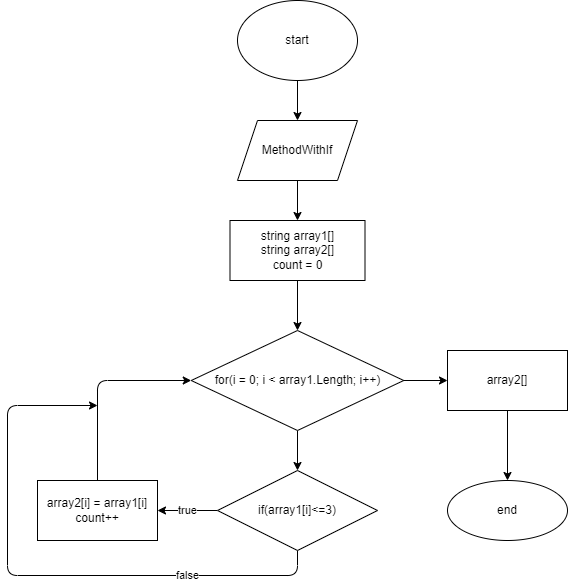
Above: method.drawio.png in NikolaySemin/ItogiBloka (draw.io), before the change. Source tidied: cells renumbered, new cells last; positions are measured from the earlier drawing's top-left corner, leaving out a move shared by most shapes.
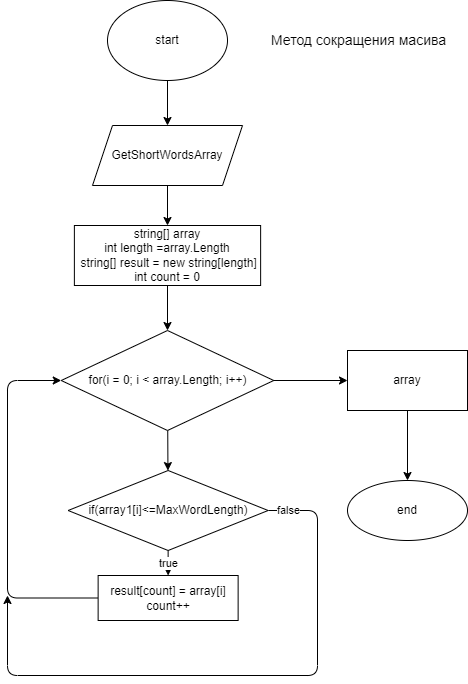
The same diagram one commit later.

Commit message:
corrected method

What changed in the source:
```diff
@@ -11,14 +11,14 @@
     <mxCell id="4" style="edgeStyle=none;html=1;" parent="1" edge="1" source="5" target="7">
       <mxGeometry relative="1" as="geometry" />
     </mxCell>
-    <mxCell id="5" value="MethodWithIf" style="shape=parallelogram;perimeter=parallelogramPerimeter;whiteSpace=wrap;html=1;fixedSize=1;" parent="1" vertex="1">
-      <mxGeometry x="230" y="120" width="120" height="60" as="geometry" />
+    <mxCell id="5" value="GetShortWordsArray" style="shape=parallelogram;perimeter=parallelogramPerimeter;whiteSpace=wrap;html=1;fixedSize=1;" parent="1" vertex="1">
+      <mxGeometry x="215" y="125" width="150" height="60" as="geometry" />
     </mxCell>
     <mxCell id="6" style="edgeStyle=none;html=1;" parent="1" edge="1" source="7" target="10">
       <mxGeometry relative="1" as="geometry" />
     </mxCell>
-    <mxCell id="7" value="string array1[]&lt;br&gt;string array2[]&lt;br&gt;count = 0" style="whiteSpace=wrap;html=1;" parent="1" vertex="1">
-      <mxGeometry x="222.5" y="220" width="135" height="60" as="geometry" />
+    <mxCell id="7" value="string[] array&lt;br&gt;int length =array.Length&lt;br&gt;&amp;nbsp;string[] result = new string[length]&lt;br&gt;int count = 0" style="whiteSpace=wrap;html=1;" parent="1" vertex="1">
+      <mxGeometry x="196.9" y="225" width="186.2" height="60" as="geometry" />
     </mxCell>
     <mxCell id="8" style="edgeStyle=none;html=1;" parent="1" edge="1" source="10" target="13">
       <mxGeometry relative="1" as="geometry" />
@@ -26,43 +26,47 @@
     <mxCell id="9" style="edgeStyle=orthogonalEdgeStyle;html=1;exitX=1;exitY=0.5;exitDx=0;exitDy=0;entryX=0;entryY=0.5;entryDx=0;entryDy=0;" parent="1" edge="1" source="10" target="18">
       <mxGeometry relative="1" as="geometry" />
     </mxCell>
-    <mxCell id="10" value="for(i = 0; i &amp;lt; array1.Length; i++)" style="rhombus;whiteSpace=wrap;html=1;" parent="1" vertex="1">
+    <mxCell id="10" value="for(i = 0; i &amp;lt; array.Length; i++)" style="rhombus;whiteSpace=wrap;html=1;" parent="1" vertex="1">
       <mxGeometry x="183.8" y="330" width="212.5" height="100" as="geometry" />
     </mxCell>
-    <mxCell id="11" value="true" style="edgeStyle=none;html=1;" parent="1" edge="1" source="13" target="15">
+    <mxCell id="11" value="true" style="edgeStyle=none;html=1;exitX=0.5;exitY=1;exitDx=0;exitDy=0;" parent="1" edge="1" source="13" target="15">
       <mxGeometry relative="1" as="geometry" />
     </mxCell>
-    <mxCell id="12" value="false" style="edgeStyle=orthogonalEdgeStyle;html=1;exitX=0.5;exitY=1;exitDx=0;exitDy=0;" parent="1" edge="1" source="13">
-      <mxGeometry x="-0.53" relative="1" as="geometry">
-        <mxPoint x="90" y="405" as="targetPoint" />
+    <mxCell id="12" value="false" style="edgeStyle=orthogonalEdgeStyle;html=1;exitX=1;exitY=0.5;exitDx=0;exitDy=0;" parent="1" edge="1" source="13">
+      <mxGeometry x="-0.93" relative="1" as="geometry">
+        <mxPoint x="130" y="595" as="targetPoint" />
         <Array as="points">
-          <mxPoint x="290" y="575" />
-          <mxPoint y="575" />
-          <mxPoint y="405" />
+          <mxPoint x="440" y="510" />
+          <mxPoint x="440" y="675" />
+          <mxPoint x="130" y="675" />
         </Array>
       </mxGeometry>
     </mxCell>
-    <mxCell id="13" value="if(array1[i]&amp;lt;=3)" style="rhombus;whiteSpace=wrap;html=1;" parent="1" vertex="1">
-      <mxGeometry x="210" y="470" width="160" height="80" as="geometry" />
+    <mxCell id="13" value="if(array1[i]&amp;lt;=MaxWordLength)" style="rhombus;whiteSpace=wrap;html=1;" parent="1" vertex="1">
+      <mxGeometry x="190.6" y="470" width="200" height="80" as="geometry" />
     </mxCell>
-    <mxCell id="14" style="edgeStyle=orthogonalEdgeStyle;html=1;exitX=0.5;exitY=0;exitDx=0;exitDy=0;entryX=0;entryY=0.5;entryDx=0;entryDy=0;" parent="1" edge="1" source="15" target="10">
+    <mxCell id="14" style="edgeStyle=orthogonalEdgeStyle;html=1;exitX=0;exitY=0.5;exitDx=0;exitDy=0;entryX=0;entryY=0.5;entryDx=0;entryDy=0;" parent="1" edge="1" source="15" target="10">
       <mxGeometry relative="1" as="geometry">
         <Array as="points">
-          <mxPoint x="90" y="380" />
+          <mxPoint x="130" y="598" />
+          <mxPoint x="130" y="380" />
         </Array>
       </mxGeometry>
     </mxCell>
-    <mxCell id="15" value="array2[i] = array1[i]&lt;br&gt;count++" style="whiteSpace=wrap;html=1;" parent="1" vertex="1">
-      <mxGeometry x="30" y="480" width="120" height="60" as="geometry" />
+    <mxCell id="15" value="result[count] = array[i]&lt;br&gt;count++" style="whiteSpace=wrap;html=1;" parent="1" vertex="1">
+      <mxGeometry x="220.6" y="575" width="140" height="45" as="geometry" />
     </mxCell>
     <mxCell id="16" value="end" style="ellipse;whiteSpace=wrap;html=1;" parent="1" vertex="1">
-      <mxGeometry x="440" y="480" width="120" height="60" as="geometry" />
+      <mxGeometry x="470" y="480" width="120" height="60" as="geometry" />
     </mxCell>
     <mxCell id="17" style="edgeStyle=orthogonalEdgeStyle;html=1;exitX=0.5;exitY=1;exitDx=0;exitDy=0;" parent="1" edge="1" source="18" target="16">
       <mxGeometry relative="1" as="geometry" />
     </mxCell>
-    <mxCell id="18" value="array2[]" style="rounded=0;whiteSpace=wrap;html=1;" parent="1" vertex="1">
-      <mxGeometry x="440" y="350" width="120" height="60" as="geometry" />
+    <mxCell id="18" value="array" style="rounded=0;whiteSpace=wrap;html=1;" parent="1" vertex="1">
+      <mxGeometry x="470" y="350" width="120" height="60" as="geometry" />
     </mxCell>
+    <mxCell id="19" value="&lt;font style=&quot;font-size: 14px&quot;&gt;Метод сокращения масива&lt;/font&gt;" style="text;html=1;align=center;verticalAlign=middle;strokeColor=none;fillColor=default;" parent="1" vertex="1">
+      <mxGeometry x="386.2" y="30" width="190" height="20" as="geometry" />
+    </mxCell>
   </root>
 </mxGraphModel>
```
